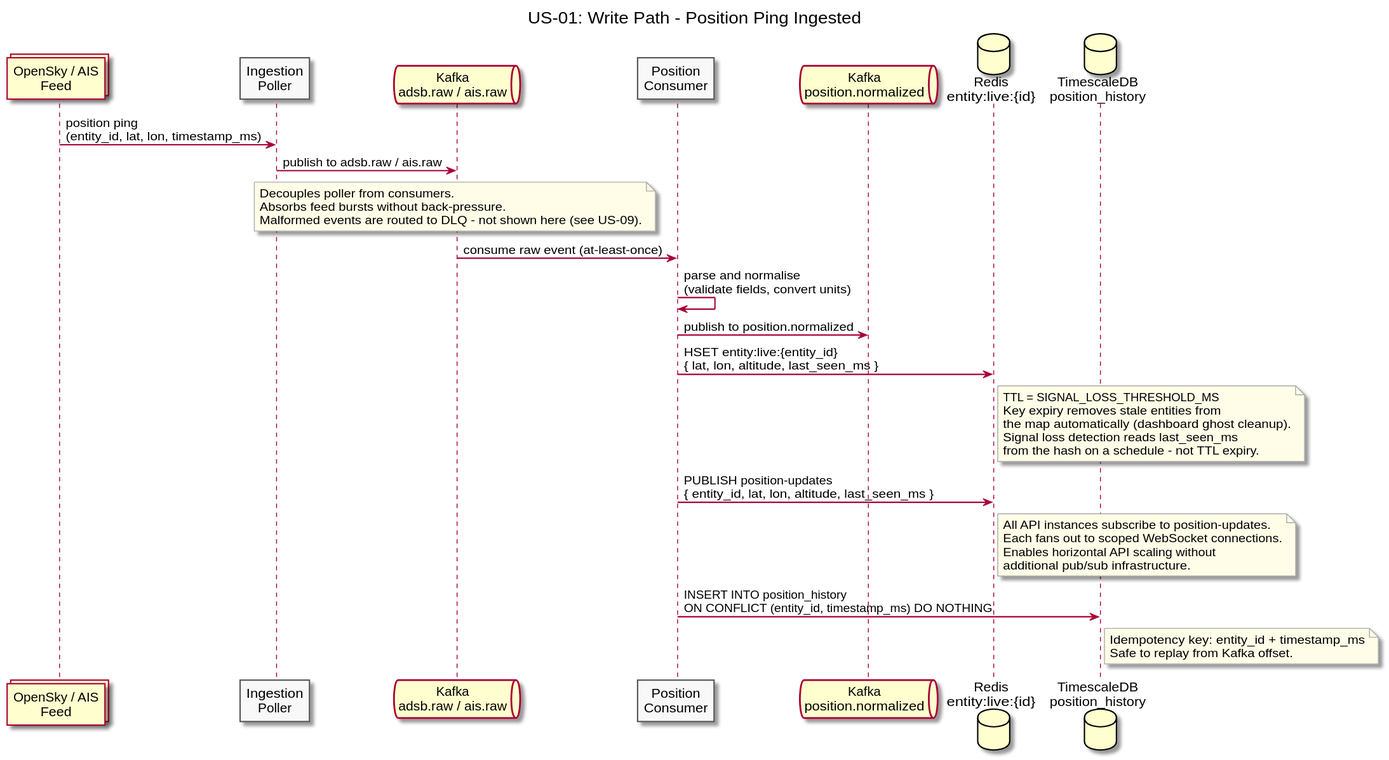
The PlantUML diagram diagrams/docs/use-cases/US-01-live-entity-tracking/write-path.svg in Buffden/sentinel, before a commit.
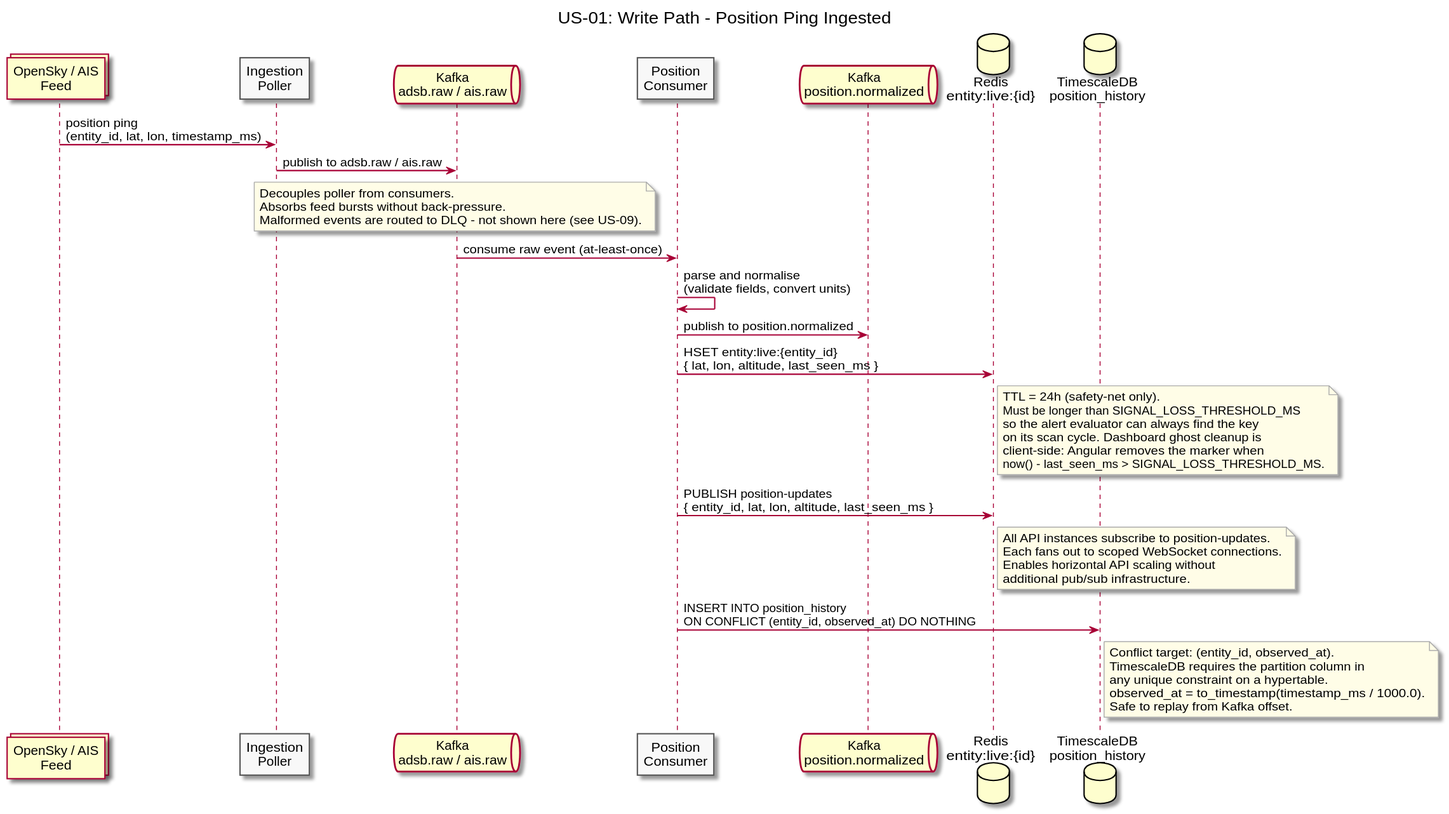
After the change.

What changed in the source:
```diff
@@ -31,11 +31,12 @@
 Consumer -> Redis : HSET entity:live:{entity_id}\n{ lat, lon, altitude, last_seen_ms }
 
 note right of Redis
-  TTL = SIGNAL_LOSS_THRESHOLD_MS
-  Key expiry removes stale entities from
-  the map automatically (dashboard ghost cleanup).
-  Signal loss detection reads last_seen_ms
-  from the hash on a schedule - not TTL expiry.
+  TTL = 24h (safety-net only).
+  Must be longer than SIGNAL_LOSS_THRESHOLD_MS
+  so the alert evaluator can always find the key
+  on its scan cycle. Dashboard ghost cleanup is
+  client-side: Angular removes the marker when
+  now() - last_seen_ms > SIGNAL_LOSS_THRESHOLD_MS.
 end note
 
 Consumer -> Redis : PUBLISH position-updates\n{ entity_id, lat, lon, altitude, last_seen_ms }
@@ -47,10 +48,13 @@
   additional pub/sub infrastructure.
 end note
 
-Consumer -> TSDB : INSERT INTO position_history\nON CONFLICT (entity_id, timestamp_ms) DO NOTHING
+Consumer -> TSDB : INSERT INTO position_history\nON CONFLICT (entity_id, observed_at) DO NOTHING
 
 note right of TSDB
-  Idempotency key: entity_id + timestamp_ms
+  Conflict target: (entity_id, observed_at).
+  TimescaleDB requires the partition column in
+  any unique constraint on a hypertable.
+  observed_at = to_timestamp(timestamp_ms / 1000.0).
   Safe to replay from Kafka offset.
 end note
 
```
